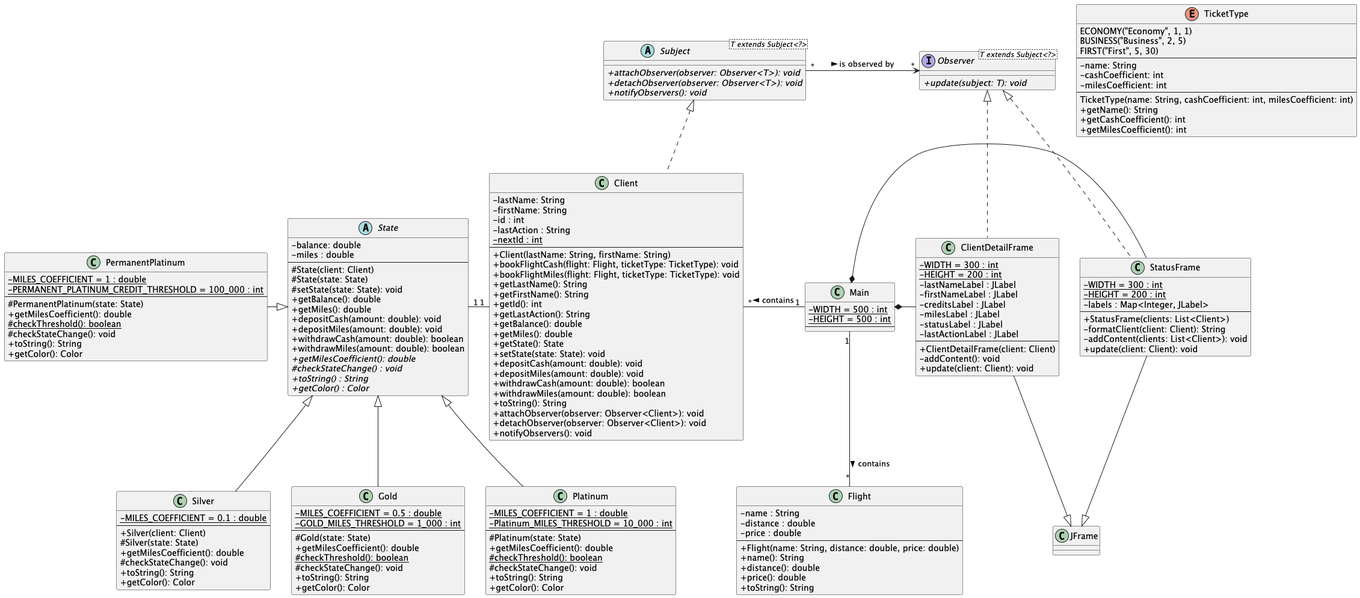
The PlantUML diagram uml/class_diagram.png in LeonardJouve/mcr-02, before a commit.
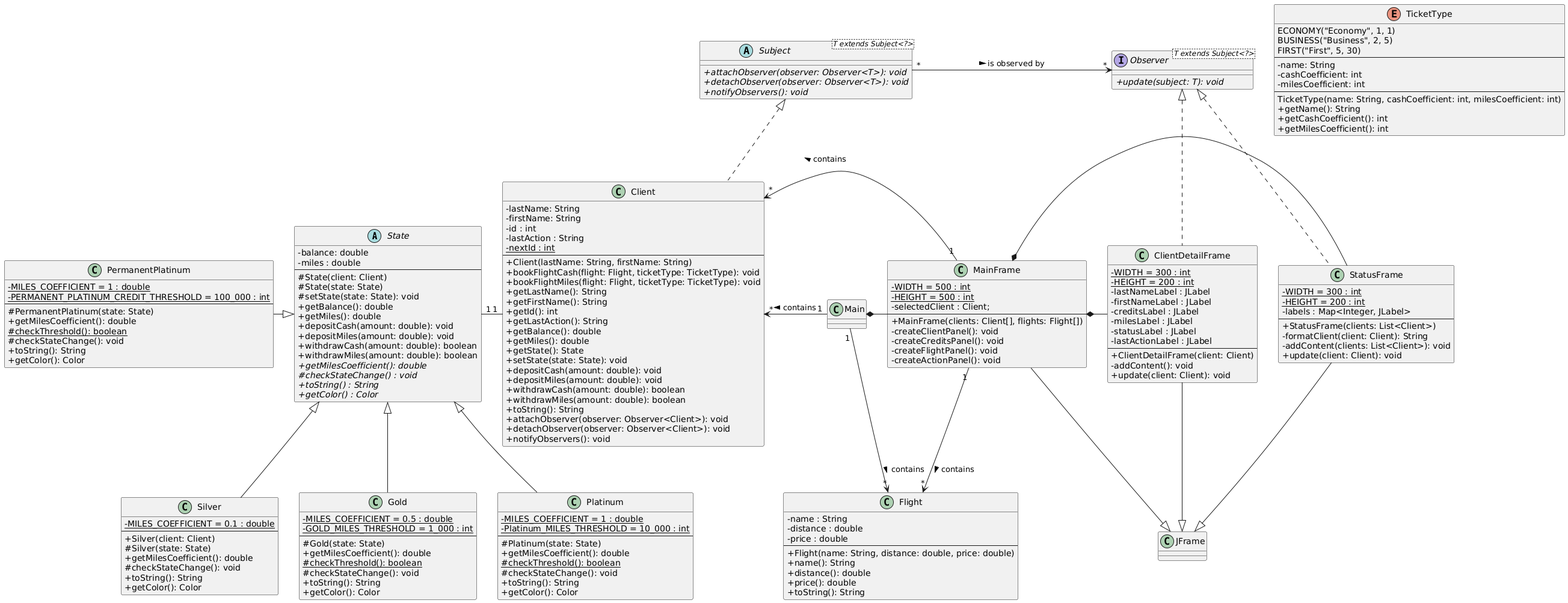
The same file after the commit.

Change to the diagram source:
```diff
@@ -139,10 +139,18 @@
 
 class JFrame {}
 
-class Main {
+class Main {}
+
+class MainFrame {
     {static} - WIDTH = 500 : int
     {static} - HEIGHT = 500 : int
+    - selectedClient : Client;
     --
+    + MainFrame(clients: Client[], flights: Flight[])
+    - createClientPanel(): void
+    - createCreditsPanel(): void
+    - createFlightPanel(): void
+    - createActionPanel(): void
 }
 
 class ClientDetailFrame {
@@ -173,13 +181,18 @@
 
 Subject <|.down. Client
 
-Main "1" -left- "*" Client : contains >
-Main "1" -down- "*" Flight : contains >
-Main *-right- ClientDetailFrame
-Main *-right- StatusFrame
+Main "1" -left-> "*" Client : contains >
+Main "1" -down-> "*" Flight : contains >
+Main *-right- MainFrame
+
+MainFrame "1" -left-> "*" Client : contains >
+MainFrame "1" -down-> "*" Flight : contains >
+MainFrame *-right- ClientDetailFrame
+MainFrame *-right- StatusFrame
 
 JFrame <|-up- ClientDetailFrame
 JFrame <|-up- StatusFrame
+JFrame <|-up- MainFrame
 
 Observer <|.. ClientDetailFrame
 Observer <|.. StatusFrame
@@ -187,7 +200,4 @@
 Observer "*" <-left- "*" Subject : is observed by <
 
 State "1" -right- "1" Client
-
-
-
 @enduml
```
